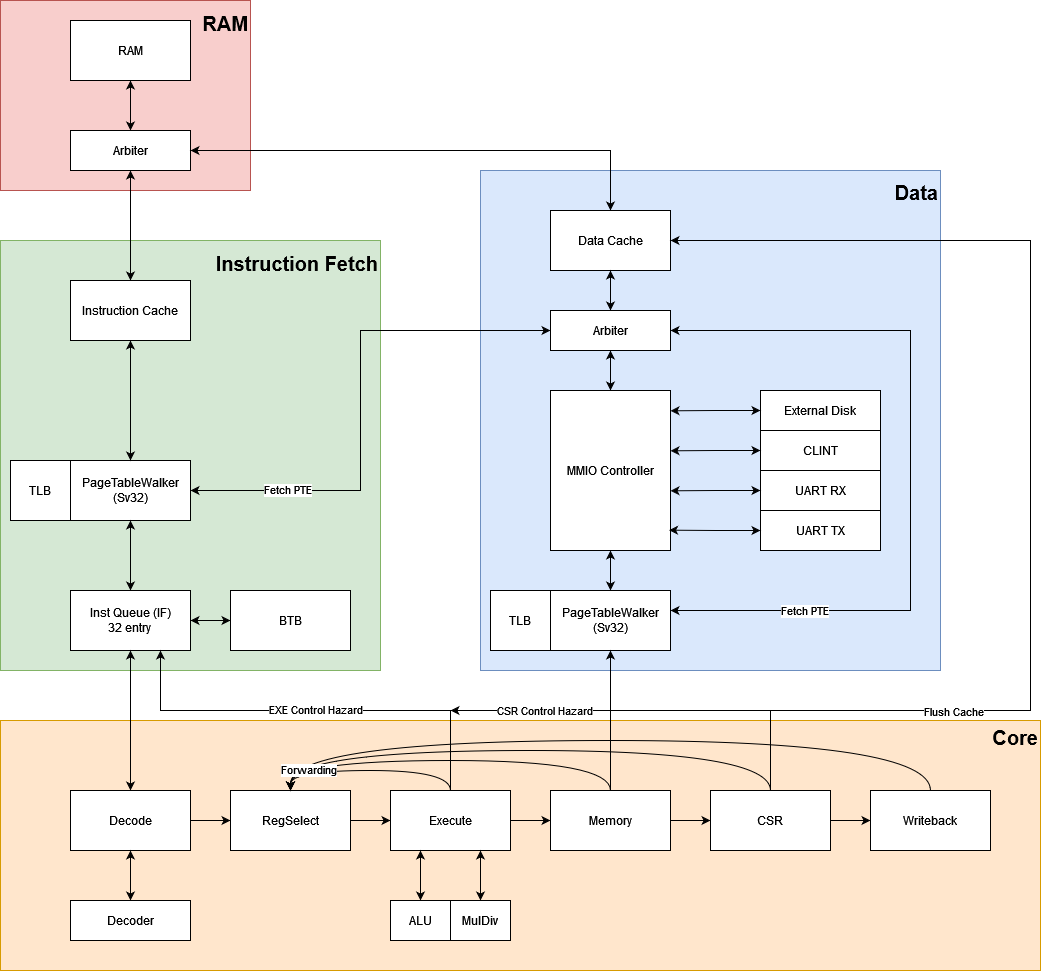
The draw.io diagram rvcore.drawio.png in nananapo/rvcpu, before a commit. Source tidied: cells renumbered, new cells last; positions are measured from the earlier drawing's top-left corner, leaving out a move shared by most shapes. The source it was exported from:
```xml
<mxGraphModel>
  <root>
    <mxCell id="0" />
    <mxCell id="1" parent="0" />
    <mxCell id="2" value="&lt;div&gt;&lt;b&gt;RAM&lt;br&gt;&lt;/b&gt;&lt;/div&gt;&lt;div&gt;&lt;b&gt;&lt;br&gt;&lt;/b&gt;&lt;/div&gt;&lt;div&gt;&lt;b&gt;&lt;br&gt;&lt;/b&gt;&lt;/div&gt;&lt;div&gt;&lt;b&gt;&lt;br&gt;&lt;/b&gt;&lt;/div&gt;&lt;div&gt;&lt;b&gt;&lt;br&gt;&lt;/b&gt;&lt;/div&gt;&lt;div&gt;&lt;b&gt;&lt;br&gt;&lt;/b&gt;&lt;/div&gt;&lt;div&gt;&lt;b&gt;&lt;br&gt;&lt;/b&gt;&lt;/div&gt;" style="rounded=0;whiteSpace=wrap;html=1;fillColor=#f8cecc;strokeColor=#b85450;fontSize=20;align=right;" parent="1" vertex="1">
      <mxGeometry width="250" height="190" as="geometry" />
    </mxCell>
    <mxCell id="3" value="&lt;div&gt;&lt;b&gt;Core&lt;br&gt;&lt;/b&gt;&lt;/div&gt;&lt;div&gt;&lt;b&gt;&lt;br&gt;&lt;/b&gt;&lt;/div&gt;&lt;div&gt;&lt;b&gt;&lt;br&gt;&lt;/b&gt;&lt;/div&gt;&lt;div&gt;&lt;b&gt;&lt;br&gt;&lt;/b&gt;&lt;/div&gt;&lt;div&gt;&lt;b&gt;&lt;br&gt;&lt;/b&gt;&lt;/div&gt;&lt;div&gt;&lt;b&gt;&lt;br&gt;&lt;/b&gt;&lt;/div&gt;&lt;div&gt;&lt;b&gt;&lt;br&gt;&lt;/b&gt;&lt;/div&gt;&lt;div&gt;&lt;b&gt;&lt;br&gt;&lt;/b&gt;&lt;/div&gt;&lt;div&gt;&lt;b&gt;&lt;br&gt;&lt;/b&gt;&lt;/div&gt;&lt;div&gt;&lt;b&gt;&lt;br&gt;&lt;/b&gt;&lt;/div&gt;" style="rounded=0;whiteSpace=wrap;html=1;fillColor=#ffe6cc;strokeColor=#d79b00;fontSize=20;align=right;" parent="1" vertex="1">
      <mxGeometry y="720" width="1040" height="250" as="geometry" />
    </mxCell>
    <mxCell id="4" value="&lt;div&gt;&lt;b&gt;Data&lt;br&gt;&lt;/b&gt;&lt;/div&gt;&lt;div&gt;&lt;b&gt;&lt;br&gt;&lt;/b&gt;&lt;/div&gt;&lt;div&gt;&lt;b&gt;&lt;br&gt;&lt;/b&gt;&lt;/div&gt;&lt;div&gt;&lt;b&gt;&lt;br&gt;&lt;/b&gt;&lt;/div&gt;&lt;div&gt;&lt;b&gt;&lt;br&gt;&lt;/b&gt;&lt;/div&gt;&lt;div&gt;&lt;b&gt;&lt;br&gt;&lt;/b&gt;&lt;/div&gt;&lt;div&gt;&lt;b&gt;&lt;br&gt;&lt;/b&gt;&lt;/div&gt;&lt;div&gt;&lt;b&gt;&lt;br&gt;&lt;/b&gt;&lt;/div&gt;&lt;div&gt;&lt;b&gt;&lt;br&gt;&lt;/b&gt;&lt;/div&gt;&lt;div&gt;&lt;b&gt;&lt;br&gt;&lt;/b&gt;&lt;/div&gt;&lt;div&gt;&lt;b&gt;&lt;br&gt;&lt;/b&gt;&lt;/div&gt;&lt;div&gt;&lt;b&gt;&lt;br&gt;&lt;/b&gt;&lt;/div&gt;&lt;div&gt;&lt;b&gt;&lt;br&gt;&lt;/b&gt;&lt;/div&gt;&lt;div&gt;&lt;b&gt;&lt;br&gt;&lt;/b&gt;&lt;/div&gt;&lt;div&gt;&lt;b&gt;&lt;br&gt;&lt;/b&gt;&lt;/div&gt;&lt;div&gt;&lt;b&gt;&lt;br&gt;&lt;/b&gt;&lt;/div&gt;&lt;div&gt;&lt;b&gt;&lt;br&gt;&lt;/b&gt;&lt;/div&gt;&lt;div&gt;&lt;b&gt;&lt;br&gt;&lt;/b&gt;&lt;/div&gt;&lt;div&gt;&lt;b&gt;&lt;br&gt;&lt;/b&gt;&lt;/div&gt;&lt;div&gt;&lt;br&gt;&lt;/div&gt;" style="rounded=0;whiteSpace=wrap;html=1;fillColor=#dae8fc;strokeColor=#6c8ebf;fontSize=20;align=right;" parent="1" vertex="1">
      <mxGeometry x="480" y="170" width="460" height="500" as="geometry" />
    </mxCell>
    <mxCell id="5" value="&lt;div&gt;&lt;b&gt;Instruction Fetch&lt;br&gt;&lt;/b&gt;&lt;/div&gt;&lt;div&gt;&lt;b&gt;&lt;br&gt;&lt;/b&gt;&lt;/div&gt;&lt;div&gt;&lt;b&gt;&lt;br&gt;&lt;/b&gt;&lt;/div&gt;&lt;div&gt;&lt;b&gt;&lt;br&gt;&lt;/b&gt;&lt;/div&gt;&lt;div&gt;&lt;b&gt;&lt;br&gt;&lt;/b&gt;&lt;/div&gt;&lt;div&gt;&lt;b&gt;&lt;br&gt;&lt;/b&gt;&lt;/div&gt;&lt;div&gt;&lt;b&gt;&lt;br&gt;&lt;/b&gt;&lt;/div&gt;&lt;div&gt;&lt;b&gt;&lt;br&gt;&lt;/b&gt;&lt;/div&gt;&lt;div&gt;&lt;b&gt;&lt;br&gt;&lt;/b&gt;&lt;/div&gt;&lt;div&gt;&lt;b&gt;&lt;br&gt;&lt;/b&gt;&lt;/div&gt;&lt;div&gt;&lt;b&gt;&lt;br&gt;&lt;/b&gt;&lt;/div&gt;&lt;div&gt;&lt;b&gt;&lt;br&gt;&lt;/b&gt;&lt;/div&gt;&lt;div&gt;&lt;b&gt;&lt;br&gt;&lt;/b&gt;&lt;/div&gt;&lt;div&gt;&lt;b&gt;&lt;br&gt;&lt;/b&gt;&lt;/div&gt;&lt;div&gt;&lt;b&gt;&lt;br&gt;&lt;/b&gt;&lt;/div&gt;&lt;div&gt;&lt;b&gt;&lt;br&gt;&lt;/b&gt;&lt;/div&gt;&lt;div&gt;&lt;b&gt;&lt;br&gt;&lt;/b&gt;&lt;/div&gt;" style="rounded=0;whiteSpace=wrap;html=1;fillColor=#d5e8d4;strokeColor=#82b366;fontSize=20;align=right;" parent="1" vertex="1">
      <mxGeometry y="240" width="380" height="430" as="geometry" />
    </mxCell>
    <mxCell id="6" style="edgeStyle=orthogonalEdgeStyle;rounded=0;jettySize=auto;html=1;entryX=0.5;entryY=0;entryDx=0;entryDy=0;startArrow=classic;startFill=1;" parent="1" edge="1" source="7" target="9">
      <mxGeometry relative="1" as="geometry" />
    </mxCell>
    <mxCell id="7" value="RAM" style="rounded=0;whiteSpace=wrap;html=1;" parent="1" vertex="1">
      <mxGeometry x="70" y="20" width="120" height="60" as="geometry" />
    </mxCell>
    <mxCell id="8" style="edgeStyle=orthogonalEdgeStyle;rounded=0;jettySize=auto;html=1;entryX=0.5;entryY=0;entryDx=0;entryDy=0;startArrow=classic;startFill=1;" parent="1" edge="1" source="9" target="28">
      <mxGeometry relative="1" as="geometry" />
    </mxCell>
    <mxCell id="9" value="Arbiter" style="rounded=0;whiteSpace=wrap;html=1;" parent="1" vertex="1">
      <mxGeometry x="70" y="130" width="120" height="40" as="geometry" />
    </mxCell>
    <mxCell id="10" style="edgeStyle=orthogonalEdgeStyle;rounded=0;jettySize=auto;html=1;entryX=0;entryY=0.5;entryDx=0;entryDy=0;exitX=1;exitY=0.5;exitDx=0;exitDy=0;startArrow=classic;startFill=1;" parent="1" edge="1" source="12" target="26">
      <mxGeometry relative="1" as="geometry">
        <Array as="points">
          <mxPoint x="360" y="490" />
          <mxPoint x="360" y="330" />
        </Array>
      </mxGeometry>
    </mxCell>
    <mxCell id="11" value="Fetch PTE" style="edgeLabel;html=1;align=center;verticalAlign=middle;" parent="10" vertex="1">
      <mxGeometry x="-0.63" y="1" relative="1" as="geometry" />
    </mxCell>
    <mxCell id="12" value="&lt;div&gt;PageTableWalker&lt;/div&gt;&lt;div&gt;(Sv32)&lt;/div&gt;" style="rounded=0;whiteSpace=wrap;html=1;" parent="1" vertex="1">
      <mxGeometry x="70" y="460" width="120" height="60" as="geometry" />
    </mxCell>
    <mxCell id="13" style="edgeStyle=orthogonalEdgeStyle;rounded=0;jettySize=auto;html=1;entryX=1;entryY=0.5;entryDx=0;entryDy=0;startArrow=classic;startFill=1;" parent="1" edge="1" source="16" target="26">
      <mxGeometry relative="1" as="geometry">
        <Array as="points">
          <mxPoint x="910" y="610" />
          <mxPoint x="910" y="330" />
        </Array>
      </mxGeometry>
    </mxCell>
    <mxCell id="14" value="Fetch PTE" style="edgeLabel;html=1;align=center;verticalAlign=middle;" parent="13" vertex="1">
      <mxGeometry x="-0.65" relative="1" as="geometry" />
    </mxCell>
    <mxCell id="15" style="edgeStyle=orthogonalEdgeStyle;rounded=0;jettySize=auto;html=1;exitX=0.5;exitY=0;exitDx=0;exitDy=0;entryX=0.5;entryY=1;entryDx=0;entryDy=0;startArrow=classic;startFill=1;" parent="1" edge="1" source="16" target="22">
      <mxGeometry relative="1" as="geometry" />
    </mxCell>
    <mxCell id="16" value="&lt;div&gt;PageTableWalker&lt;/div&gt;&lt;div&gt;(Sv32)&lt;/div&gt;" style="rounded=0;whiteSpace=wrap;html=1;" parent="1" vertex="1">
      <mxGeometry x="550" y="590" width="120" height="60" as="geometry" />
    </mxCell>
    <mxCell id="17" style="edgeStyle=orthogonalEdgeStyle;rounded=0;jettySize=auto;html=1;entryX=0.5;entryY=1;entryDx=0;entryDy=0;startArrow=classic;startFill=1;" parent="1" edge="1" source="19" target="12">
      <mxGeometry relative="1" as="geometry" />
    </mxCell>
    <mxCell id="18" style="edgeStyle=orthogonalEdgeStyle;rounded=0;jettySize=auto;html=1;exitX=1;exitY=0.5;exitDx=0;exitDy=0;entryX=0;entryY=0.5;entryDx=0;entryDy=0;startArrow=classic;startFill=1;" parent="1" edge="1" source="19" target="20">
      <mxGeometry relative="1" as="geometry" />
    </mxCell>
    <mxCell id="19" value="&lt;div&gt;Inst Queue (IF)&lt;/div&gt;&lt;div&gt;32 entry&lt;br&gt;&lt;/div&gt;" style="rounded=0;whiteSpace=wrap;html=1;" parent="1" vertex="1">
      <mxGeometry x="70" y="590" width="120" height="60" as="geometry" />
    </mxCell>
    <mxCell id="20" value="BTB" style="rounded=0;whiteSpace=wrap;html=1;" parent="1" vertex="1">
      <mxGeometry x="230" y="590" width="120" height="60" as="geometry" />
    </mxCell>
    <mxCell id="21" style="edgeStyle=orthogonalEdgeStyle;rounded=0;jettySize=auto;html=1;exitX=0.5;exitY=0;exitDx=0;exitDy=0;entryX=0.5;entryY=1;entryDx=0;entryDy=0;startArrow=classic;startFill=1;" parent="1" edge="1" source="22" target="26">
      <mxGeometry relative="1" as="geometry" />
    </mxCell>
    <mxCell id="22" value="MMIO Controller" style="rounded=0;whiteSpace=wrap;html=1;" parent="1" vertex="1">
      <mxGeometry x="550" y="390" width="120" height="160" as="geometry" />
    </mxCell>
    <mxCell id="23" style="edgeStyle=orthogonalEdgeStyle;rounded=0;jettySize=auto;html=1;entryX=1;entryY=0.5;entryDx=0;entryDy=0;exitX=0.5;exitY=0;exitDx=0;exitDy=0;startArrow=classic;startFill=1;" parent="1" edge="1" source="24" target="9">
      <mxGeometry relative="1" as="geometry" />
    </mxCell>
    <mxCell id="24" value="Data Cache" style="rounded=0;whiteSpace=wrap;html=1;" parent="1" vertex="1">
      <mxGeometry x="550" y="210" width="120" height="60" as="geometry" />
    </mxCell>
    <mxCell id="25" style="edgeStyle=orthogonalEdgeStyle;rounded=0;jettySize=auto;html=1;entryX=0.5;entryY=1;entryDx=0;entryDy=0;startArrow=classic;startFill=1;" parent="1" edge="1" source="26" target="24">
      <mxGeometry relative="1" as="geometry" />
    </mxCell>
    <mxCell id="26" value="Arbiter" style="rounded=0;whiteSpace=wrap;html=1;" parent="1" vertex="1">
      <mxGeometry x="550" y="310" width="120" height="40" as="geometry" />
    </mxCell>
    <mxCell id="27" style="edgeStyle=orthogonalEdgeStyle;rounded=0;jettySize=auto;html=1;entryX=0.5;entryY=0;entryDx=0;entryDy=0;startArrow=classic;startFill=1;" parent="1" edge="1" source="28" target="12">
      <mxGeometry relative="1" as="geometry" />
    </mxCell>
    <mxCell id="28" value="&lt;div&gt;Instruction Cache&lt;/div&gt;" style="rounded=0;whiteSpace=wrap;html=1;" parent="1" vertex="1">
      <mxGeometry x="70" y="280" width="120" height="60" as="geometry" />
    </mxCell>
    <mxCell id="29" value="External Disk" style="rounded=0;whiteSpace=wrap;html=1;" parent="1" vertex="1">
      <mxGeometry x="760" y="390" width="120" height="40" as="geometry" />
    </mxCell>
    <mxCell id="30" value="CLINT" style="rounded=0;whiteSpace=wrap;html=1;" parent="1" vertex="1">
      <mxGeometry x="760" y="430" width="120" height="40" as="geometry" />
    </mxCell>
    <mxCell id="31" value="UART RX" style="rounded=0;whiteSpace=wrap;html=1;" parent="1" vertex="1">
      <mxGeometry x="760" y="470" width="120" height="40" as="geometry" />
    </mxCell>
    <mxCell id="32" value="UART TX" style="rounded=0;whiteSpace=wrap;html=1;" parent="1" vertex="1">
      <mxGeometry x="760" y="510" width="120" height="40" as="geometry" />
    </mxCell>
    <mxCell id="33" style="edgeStyle=orthogonalEdgeStyle;rounded=0;jettySize=auto;html=1;exitX=0;exitY=0.5;exitDx=0;exitDy=0;entryX=1;entryY=0.127;entryDx=0;entryDy=0;entryPerimeter=0;startArrow=classic;startFill=1;" parent="1" edge="1" source="29" target="22">
      <mxGeometry relative="1" as="geometry" />
    </mxCell>
    <mxCell id="34" style="edgeStyle=orthogonalEdgeStyle;rounded=0;jettySize=auto;html=1;exitX=0;exitY=0.5;exitDx=0;exitDy=0;entryX=1;entryY=0.377;entryDx=0;entryDy=0;entryPerimeter=0;startArrow=classic;startFill=1;" parent="1" edge="1" source="30" target="22">
      <mxGeometry relative="1" as="geometry" />
    </mxCell>
    <mxCell id="35" style="edgeStyle=orthogonalEdgeStyle;rounded=0;jettySize=auto;html=1;exitX=0;exitY=0.5;exitDx=0;exitDy=0;entryX=1;entryY=0.627;entryDx=0;entryDy=0;entryPerimeter=0;startArrow=classic;startFill=1;" parent="1" edge="1" source="31" target="22">
      <mxGeometry relative="1" as="geometry" />
    </mxCell>
    <mxCell id="36" style="edgeStyle=orthogonalEdgeStyle;rounded=0;jettySize=auto;html=1;exitX=0;exitY=0.5;exitDx=0;exitDy=0;entryX=0.988;entryY=0.873;entryDx=0;entryDy=0;entryPerimeter=0;startArrow=classic;startFill=1;" parent="1" edge="1" source="32" target="22">
      <mxGeometry relative="1" as="geometry" />
    </mxCell>
    <mxCell id="37" style="edgeStyle=orthogonalEdgeStyle;rounded=0;jettySize=auto;html=1;entryX=0.5;entryY=1;entryDx=0;entryDy=0;startArrow=classic;startFill=1;" parent="1" edge="1" source="39" target="19">
      <mxGeometry relative="1" as="geometry" />
    </mxCell>
    <mxCell id="38" style="edgeStyle=orthogonalEdgeStyle;rounded=0;jettySize=auto;html=1;entryX=0;entryY=0.5;entryDx=0;entryDy=0;" parent="1" edge="1" source="39" target="41">
      <mxGeometry relative="1" as="geometry" />
    </mxCell>
    <mxCell id="39" value="Decode" style="rounded=0;whiteSpace=wrap;html=1;" parent="1" vertex="1">
      <mxGeometry x="70" y="790" width="120" height="60" as="geometry" />
    </mxCell>
    <mxCell id="40" style="edgeStyle=orthogonalEdgeStyle;rounded=0;jettySize=auto;html=1;entryX=0;entryY=0.5;entryDx=0;entryDy=0;" parent="1" edge="1" source="41" target="45">
      <mxGeometry relative="1" as="geometry" />
    </mxCell>
    <mxCell id="41" value="RegSelect" style="rounded=0;whiteSpace=wrap;html=1;" parent="1" vertex="1">
      <mxGeometry x="230" y="790" width="120" height="60" as="geometry" />
    </mxCell>
    <mxCell id="42" style="edgeStyle=orthogonalEdgeStyle;rounded=0;jettySize=auto;html=1;" parent="1" edge="1" source="45" target="48">
      <mxGeometry relative="1" as="geometry" />
    </mxCell>
    <mxCell id="43" style="edgeStyle=orthogonalEdgeStyle;rounded=0;jettySize=auto;html=1;entryX=0.5;entryY=0;entryDx=0;entryDy=0;curved=1;exitX=0.5;exitY=0;exitDx=0;exitDy=0;" parent="1" edge="1" source="45" target="41">
      <mxGeometry relative="1" as="geometry" />
    </mxCell>
    <mxCell id="44" value="EXE Control Hazard" style="edgeStyle=orthogonalEdgeStyle;rounded=0;jettySize=auto;html=1;" parent="1" edge="1" source="45">
      <mxGeometry relative="1" as="geometry">
        <mxPoint x="160" y="650" as="targetPoint" />
        <Array as="points">
          <mxPoint x="450" y="710" />
          <mxPoint x="160" y="710" />
          <mxPoint x="160" y="650" />
        </Array>
      </mxGeometry>
    </mxCell>
    <mxCell id="45" value="Execute" style="rounded=0;whiteSpace=wrap;html=1;" parent="1" vertex="1">
      <mxGeometry x="390" y="790" width="120" height="60" as="geometry" />
    </mxCell>
    <mxCell id="46" style="edgeStyle=orthogonalEdgeStyle;rounded=0;jettySize=auto;html=1;entryX=0;entryY=0.5;entryDx=0;entryDy=0;" parent="1" edge="1" source="48" target="55">
      <mxGeometry relative="1" as="geometry" />
    </mxCell>
    <mxCell id="47" style="edgeStyle=orthogonalEdgeStyle;rounded=0;jettySize=auto;html=1;entryX=0.5;entryY=1;entryDx=0;entryDy=0;" parent="1" edge="1" source="48" target="16">
      <mxGeometry relative="1" as="geometry" />
    </mxCell>
    <mxCell id="48" value="Memory" style="rounded=0;whiteSpace=wrap;html=1;" parent="1" vertex="1">
      <mxGeometry x="550" y="790" width="120" height="60" as="geometry" />
    </mxCell>
    <mxCell id="49" style="edgeStyle=orthogonalEdgeStyle;rounded=0;jettySize=auto;html=1;entryX=0;entryY=0.5;entryDx=0;entryDy=0;" parent="1" edge="1" source="55" target="57">
      <mxGeometry relative="1" as="geometry" />
    </mxCell>
    <mxCell id="50" style="edgeStyle=orthogonalEdgeStyle;rounded=0;jettySize=auto;html=1;exitX=0.5;exitY=0;exitDx=0;exitDy=0;entryX=0.5;entryY=0;entryDx=0;entryDy=0;curved=1;" parent="1" edge="1" source="55" target="41">
      <mxGeometry relative="1" as="geometry">
        <Array as="points">
          <mxPoint x="770" y="750" />
          <mxPoint x="290" y="750" />
        </Array>
      </mxGeometry>
    </mxCell>
    <mxCell id="51" style="edgeStyle=orthogonalEdgeStyle;rounded=0;jettySize=auto;html=1;" parent="1" edge="1" source="55">
      <mxGeometry relative="1" as="geometry">
        <mxPoint x="450" y="710" as="targetPoint" />
        <Array as="points">
          <mxPoint x="770" y="710" />
        </Array>
      </mxGeometry>
    </mxCell>
    <mxCell id="52" value="CSR Control Hazard" style="edgeLabel;html=1;align=center;verticalAlign=middle;" parent="51" vertex="1">
      <mxGeometry x="0.54" relative="1" as="geometry" />
    </mxCell>
    <mxCell id="53" style="edgeStyle=orthogonalEdgeStyle;rounded=0;jettySize=auto;html=1;entryX=1;entryY=0.5;entryDx=0;entryDy=0;exitX=0.5;exitY=0;exitDx=0;exitDy=0;" parent="1" edge="1" source="55" target="24">
      <mxGeometry relative="1" as="geometry">
        <Array as="points">
          <mxPoint x="770" y="710" />
          <mxPoint x="1030" y="710" />
          <mxPoint x="1030" y="240" />
        </Array>
      </mxGeometry>
    </mxCell>
    <mxCell id="54" value="Flush Cache" style="edgeLabel;html=1;align=center;verticalAlign=middle;" parent="53" vertex="1">
      <mxGeometry x="-0.55" y="-1" relative="1" as="geometry" />
    </mxCell>
    <mxCell id="55" value="CSR" style="rounded=0;whiteSpace=wrap;html=1;" parent="1" vertex="1">
      <mxGeometry x="710" y="790" width="120" height="60" as="geometry" />
    </mxCell>
    <mxCell id="56" style="edgeStyle=orthogonalEdgeStyle;rounded=0;jettySize=auto;html=1;entryX=0.5;entryY=0;entryDx=0;entryDy=0;curved=1;exitX=0.5;exitY=0;exitDx=0;exitDy=0;" parent="1" edge="1" source="57" target="41">
      <mxGeometry relative="1" as="geometry">
        <Array as="points">
          <mxPoint x="930" y="740" />
          <mxPoint x="290" y="740" />
        </Array>
      </mxGeometry>
    </mxCell>
    <mxCell id="57" value="Writeback" style="rounded=0;whiteSpace=wrap;html=1;" parent="1" vertex="1">
      <mxGeometry x="870" y="790" width="120" height="60" as="geometry" />
    </mxCell>
    <mxCell id="58" style="edgeStyle=orthogonalEdgeStyle;rounded=0;jettySize=auto;html=1;entryX=0.25;entryY=1;entryDx=0;entryDy=0;startArrow=classic;startFill=1;" parent="1" edge="1" source="59" target="45">
      <mxGeometry relative="1" as="geometry" />
    </mxCell>
    <mxCell id="59" value="ALU" style="rounded=0;whiteSpace=wrap;html=1;" parent="1" vertex="1">
      <mxGeometry x="390" y="900" width="60" height="40" as="geometry" />
    </mxCell>
    <mxCell id="60" style="edgeStyle=orthogonalEdgeStyle;rounded=0;jettySize=auto;html=1;entryX=0.75;entryY=1;entryDx=0;entryDy=0;startArrow=classic;startFill=1;" parent="1" edge="1" source="61" target="45">
      <mxGeometry relative="1" as="geometry" />
    </mxCell>
    <mxCell id="61" value="MulDiv" style="rounded=0;whiteSpace=wrap;html=1;" parent="1" vertex="1">
      <mxGeometry x="450" y="900" width="60" height="40" as="geometry" />
    </mxCell>
    <mxCell id="62" style="edgeStyle=orthogonalEdgeStyle;rounded=0;jettySize=auto;html=1;entryX=0.5;entryY=0;entryDx=0;entryDy=0;curved=1;exitX=0.5;exitY=0;exitDx=0;exitDy=0;" parent="1" edge="1" source="48" target="41">
      <mxGeometry relative="1" as="geometry">
        <Array as="points">
          <mxPoint x="610" y="760" />
          <mxPoint x="290" y="760" />
        </Array>
      </mxGeometry>
    </mxCell>
    <mxCell id="63" value="&lt;div&gt;Forwarding&lt;/div&gt;" style="edgeLabel;html=1;align=center;verticalAlign=middle;" parent="62" vertex="1">
      <mxGeometry x="0.75" y="9" relative="1" as="geometry" />
    </mxCell>
    <mxCell id="64" style="edgeStyle=orthogonalEdgeStyle;rounded=0;jettySize=auto;html=1;entryX=0.5;entryY=1;entryDx=0;entryDy=0;startArrow=classic;startFill=1;" parent="1" edge="1" source="65" target="39">
      <mxGeometry relative="1" as="geometry" />
    </mxCell>
    <mxCell id="65" value="Decoder" style="rounded=0;whiteSpace=wrap;html=1;" parent="1" vertex="1">
      <mxGeometry x="70" y="900" width="120" height="40" as="geometry" />
    </mxCell>
    <mxCell id="66" value="TLB" style="rounded=0;whiteSpace=wrap;html=1;" parent="1" vertex="1">
      <mxGeometry x="10" y="460" width="60" height="60" as="geometry" />
    </mxCell>
    <mxCell id="67" value="TLB" style="rounded=0;whiteSpace=wrap;html=1;" parent="1" vertex="1">
      <mxGeometry x="490" y="590" width="60" height="60" as="geometry" />
    </mxCell>
  </root>
</mxGraphModel>
```
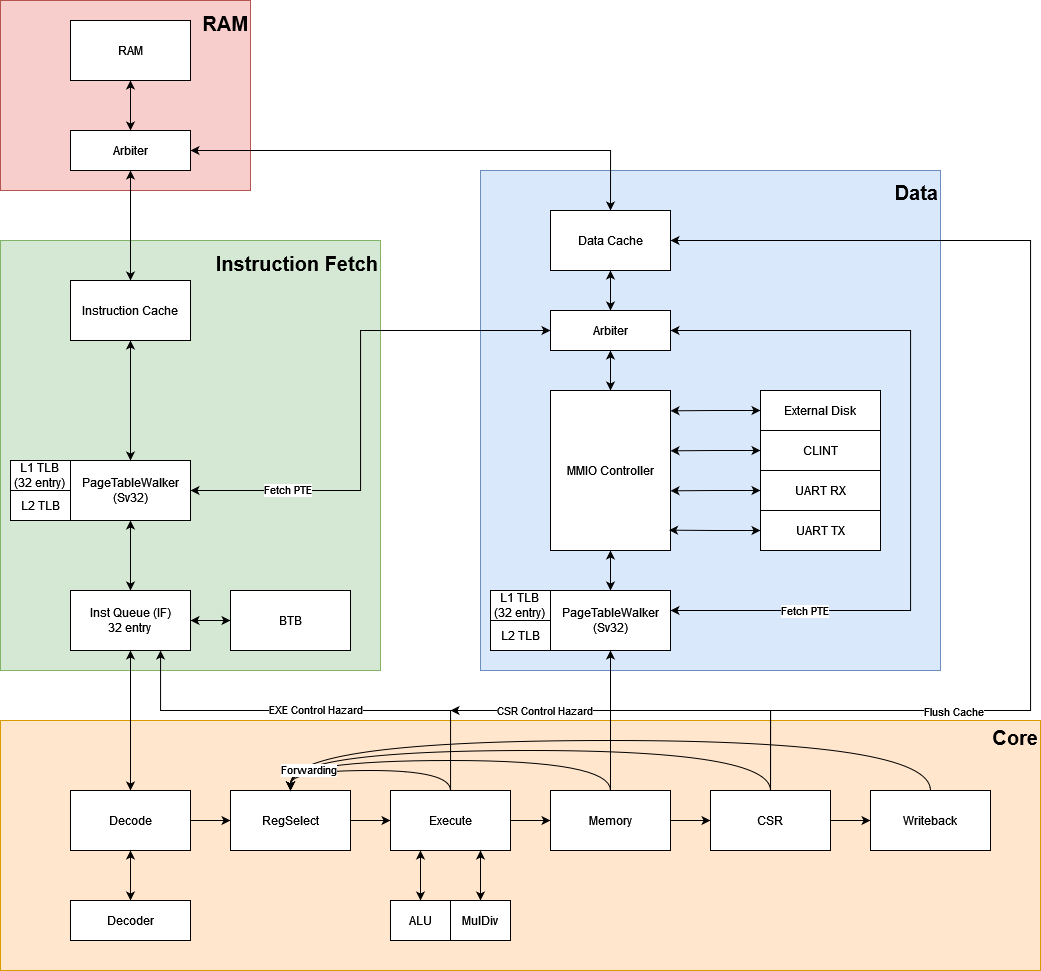
After the change.

Commit message:
構成図にL1,L2 TLBを追加

The edit, as a diff of the source:
```diff
@@ -1,4 +1,4 @@
-<mxGraphModel>
+<mxGraphModel background="#FFFFFF">
   <root>
     <mxCell id="0" />
     <mxCell id="1" parent="0" />
@@ -237,11 +237,17 @@
     <mxCell id="65" value="Decoder" style="rounded=0;whiteSpace=wrap;html=1;" parent="1" vertex="1">
       <mxGeometry x="70" y="900" width="120" height="40" as="geometry" />
     </mxCell>
-    <mxCell id="66" value="TLB" style="rounded=0;whiteSpace=wrap;html=1;" parent="1" vertex="1">
-      <mxGeometry x="10" y="460" width="60" height="60" as="geometry" />
+    <mxCell id="66" value="&lt;div&gt;L1 TLB&lt;/div&gt;&lt;div&gt;(32 entry)&lt;br&gt;&lt;/div&gt;" style="rounded=0;whiteSpace=wrap;html=1;" parent="1" vertex="1">
+      <mxGeometry x="10" y="460" width="60" height="30" as="geometry" />
     </mxCell>
-    <mxCell id="67" value="TLB" style="rounded=0;whiteSpace=wrap;html=1;" parent="1" vertex="1">
-      <mxGeometry x="490" y="590" width="60" height="60" as="geometry" />
-    </mxCell>
+    <mxCell id="68" value="&lt;div&gt;L2 TLB&lt;/div&gt;" style="rounded=0;whiteSpace=wrap;html=1;" parent="1" vertex="1">
+      <mxGeometry x="10" y="490" width="60" height="30" as="geometry" />
+    </mxCell>
+    <mxCell id="69" value="&lt;div&gt;L1 TLB&lt;/div&gt;&lt;div&gt;(32 entry)&lt;br&gt;&lt;/div&gt;" style="rounded=0;whiteSpace=wrap;html=1;" parent="1" vertex="1">
+      <mxGeometry x="490" y="590" width="60" height="30" as="geometry" />
+    </mxCell>
+    <mxCell id="70" value="&lt;div&gt;L2 TLB&lt;/div&gt;" style="rounded=0;whiteSpace=wrap;html=1;" parent="1" vertex="1">
+      <mxGeometry x="490" y="620" width="60" height="30" as="geometry" />
+    </mxCell>
   </root>
 </mxGraphModel>
```
